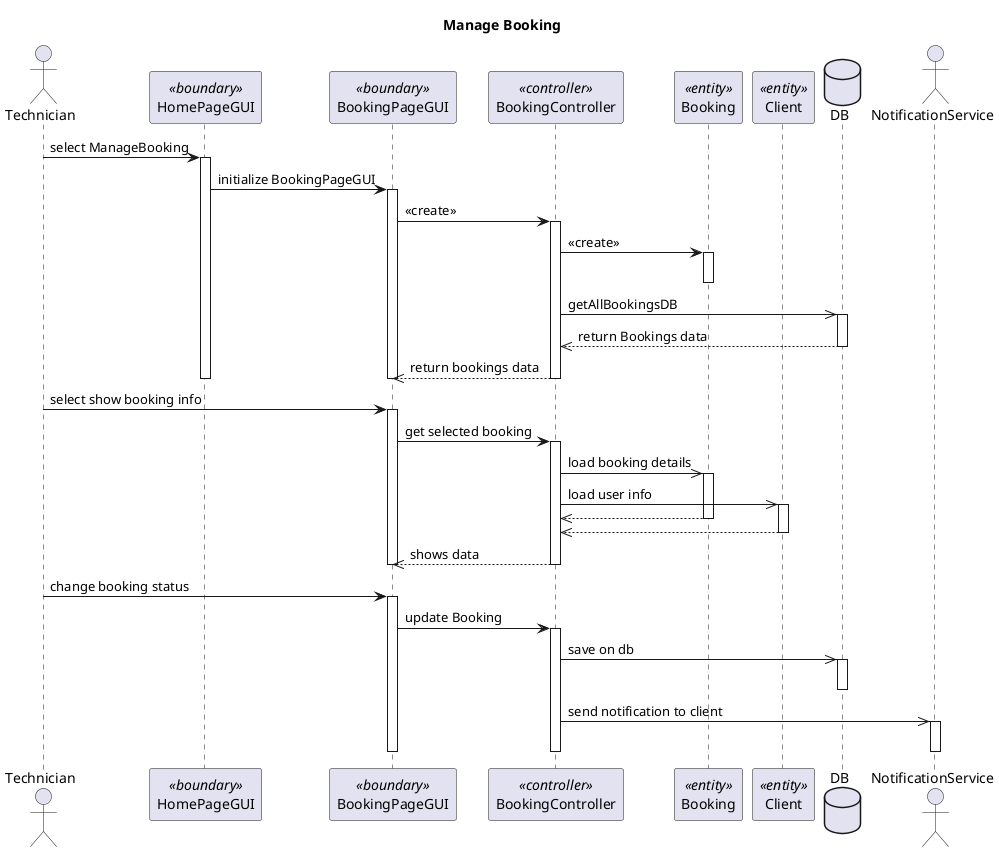
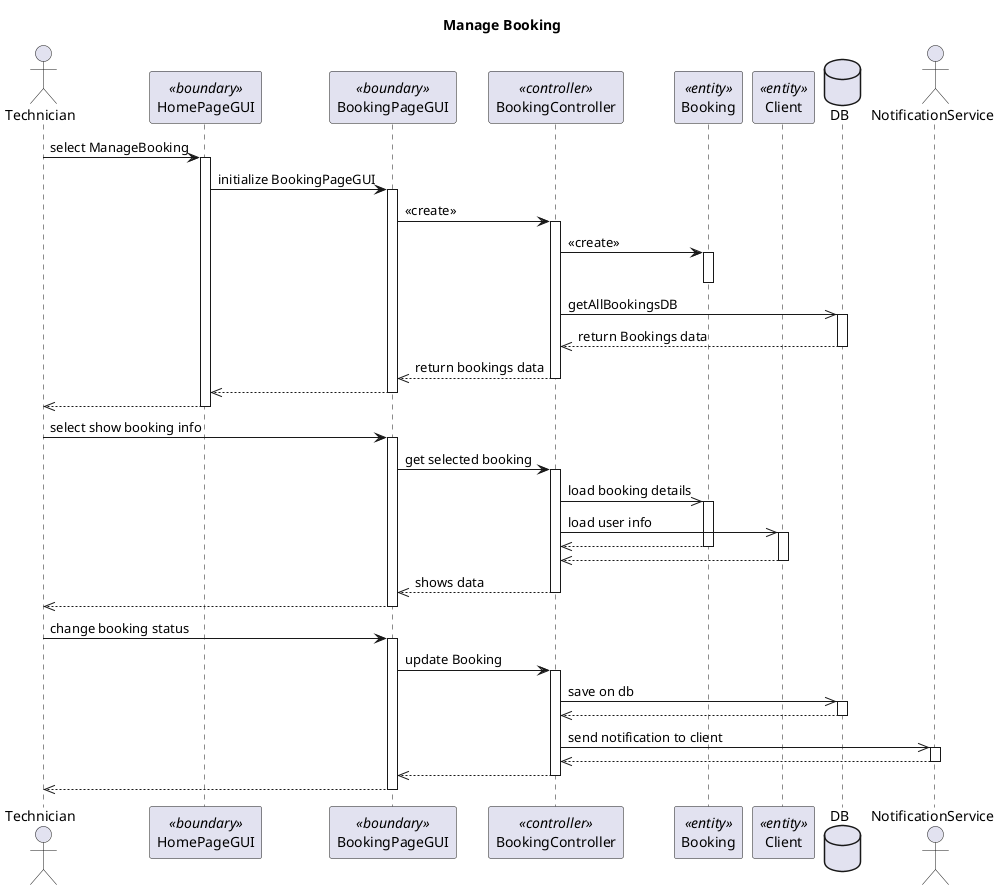
@startuml

title Manage Booking

actor Technician

participant HomePageGUI <<boundary>>
participant BookingPageGUI <<boundary>>
participant BookingController <<controller>>
participant Booking <<entity>>
participant Client <<entity>>
database DB
actor NotificationService

Technician -> HomePageGUI: select ManageBooking
activate HomePageGUI
HomePageGUI -> BookingPageGUI: initialize BookingPageGUI
activate BookingPageGUI

BookingPageGUI -> BookingController ++: <<create>>
BookingController -> Booking ++: <<create>>
deactivate Booking
BookingController ->> DB ++: getAllBookingsDB
DB -->> BookingController --: return Bookings data


BookingController -->> BookingPageGUI --: return bookings data
- deactivate HomePageGUI
+ BookingPageGUI  -->> HomePageGUI -- :
+ HomePageGUI -->> Technician --:


deactivate BookingPageGUI

Technician -> BookingPageGUI: select show booking info
activate BookingPageGUI

BookingPageGUI -> BookingController ++: get selected booking
BookingController ->> Booking : load booking details
activate Booking
BookingController ->> Client : load user info
activate Client
Booking -->> BookingController --:
Client -->> BookingController --:


BookingController-->> BookingPageGUI --: shows data
- 
- deactivate BookingPageGUI
- 
+ BookingPageGUI -->> Technician --:

Technician -> BookingPageGUI: change booking status
activate BookingPageGUI

BookingPageGUI -> BookingController ++: update Booking
BookingController ->> DB ++: save on db
- deactivate DB
+ DB -->> BookingController --:
BookingController ->> NotificationService ++: send notification to client
- deactivate NotificationService
- deactivate BookingController
- deactivate BookingPageGUI
+ NotificationService  -->> BookingController --:
+ BookingController -->> BookingPageGUI --:
+ BookingPageGUI -->> Technician --:

@enduml
